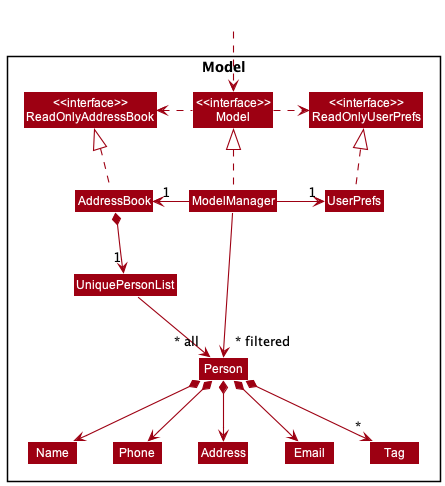
Before: docs/images/ModelClassDiagram.png, a diagram exported from PlantUML (nus-cs2103-AY2223S2/tp).
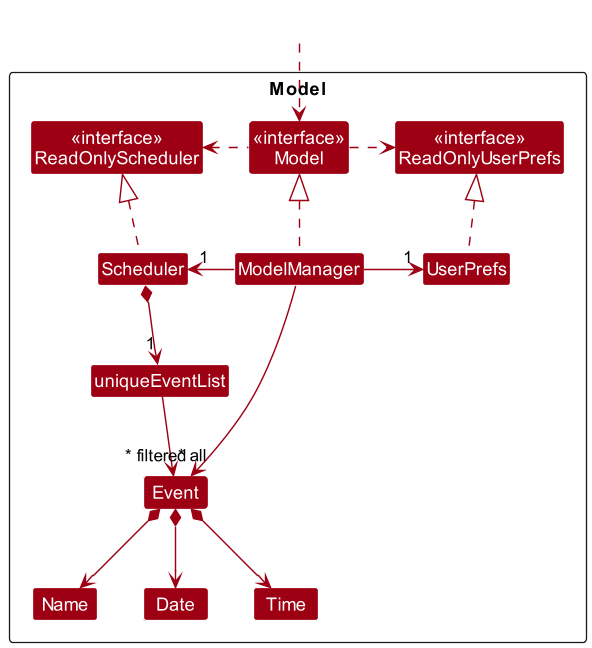
The same file after the commit.

The edit, as a diff of the source:
```diff
@@ -4,47 +4,41 @@
 skinparam arrowColor MODEL_COLOR
 skinparam classBackgroundColor MODEL_COLOR
 
-Package Model <<Rectangle>>{
-Class "<<interface>>\nReadOnlyAddressBook" as ReadOnlyAddressBook
+Package Model as ModelPackage <<Rectangle>>{
+Class "<<interface>>\nReadOnlyScheduler" as ReadOnlyScheduler
 Class "<<interface>>\nReadOnlyUserPrefs" as ReadOnlyUserPrefs
 Class "<<interface>>\nModel" as Model
-Class AddressBook
+Class Scheduler
 Class ModelManager
 Class UserPrefs
 
-Class UniquePersonList
-Class Person
-Class Address
-Class Email
+Class uniqueEventList
+Class Event
 Class Name
-Class Phone
-Class Tag
-
+Class Date
+Class Time
 }
 
 Class HiddenOutside #FFFFFF
 HiddenOutside ..> Model
 
-AddressBook .up.|> ReadOnlyAddressBook
+Scheduler .up.|> ReadOnlyScheduler
 
 ModelManager .up.|> Model
 Model .right.> ReadOnlyUserPrefs
-Model .left.> ReadOnlyAddressBook
-ModelManager -left-> "1" AddressBook
+Model .left.> ReadOnlyScheduler
+ModelManager -left-> "1" Scheduler
 ModelManager -right-> "1" UserPrefs
 UserPrefs .up.|> ReadOnlyUserPrefs
 
-AddressBook *--> "1" UniquePersonList
-UniquePersonList --> "~* all" Person
-Person *--> Name
-Person *--> Phone
-Person *--> Email
-Person *--> Address
-Person *--> "*" Tag
+Scheduler *--> "1" uniqueEventList
+uniqueEventList --> "~* all" Event
+Event *--> Name
+Event *--> Date
+Event *--> Time
 
-Name -[hidden]right-> Phone
-Phone -[hidden]right-> Address
-Address -[hidden]right-> Email
+Name -[hidden]right-> Date
+Date -[hidden]right-> Time
 
-ModelManager -->"~* filtered" Person
+ModelManager -->"~* filtered" Event
 @enduml
```
